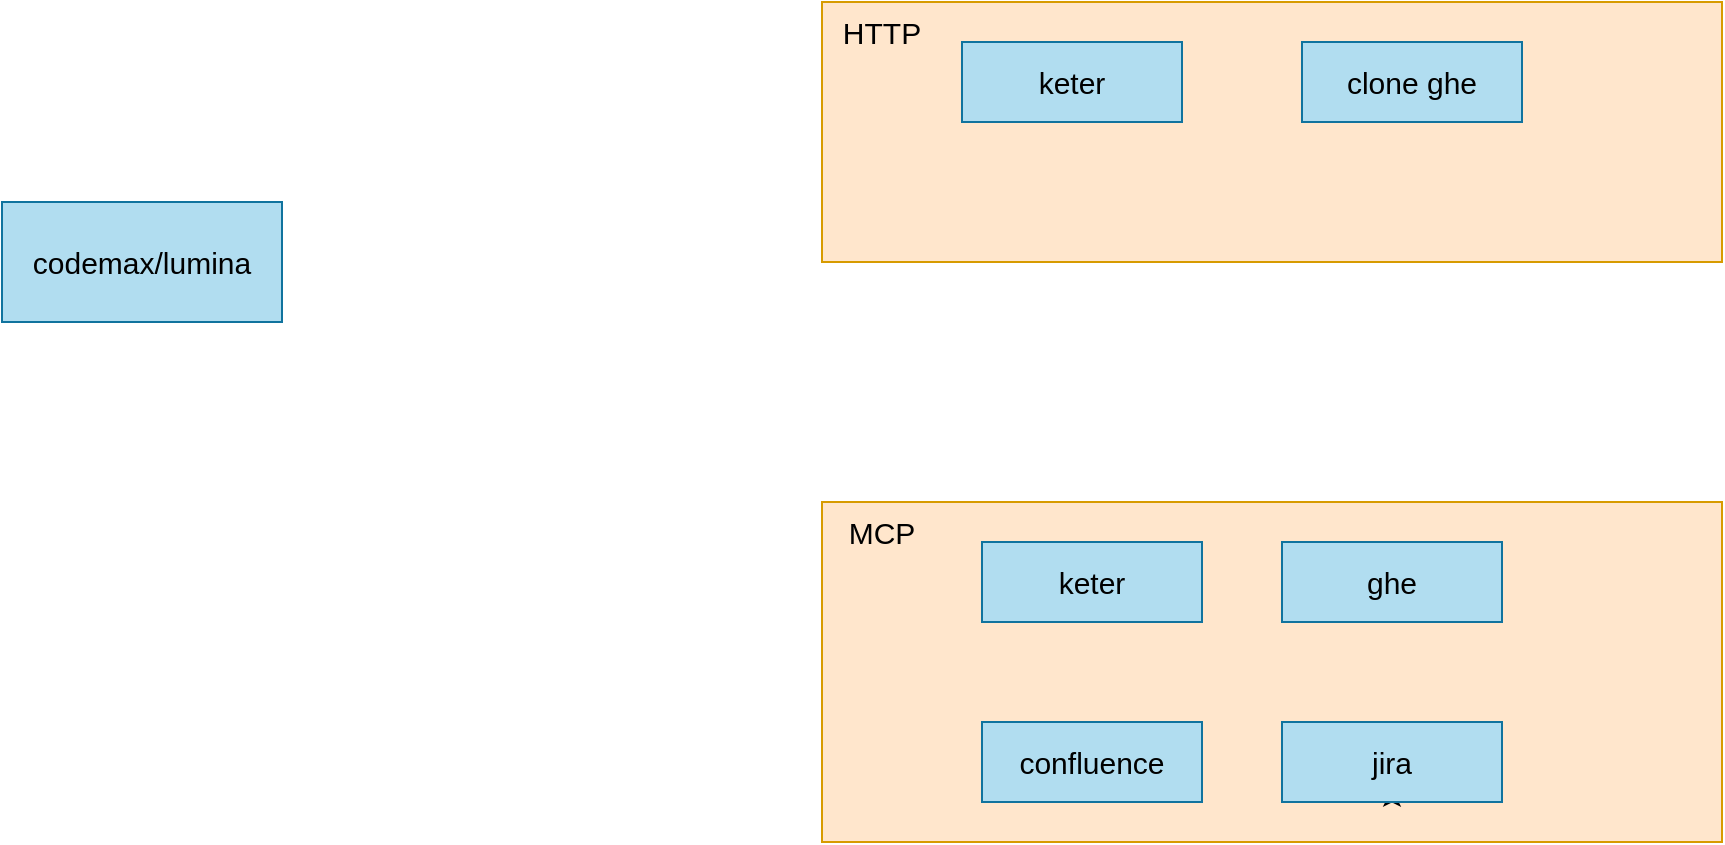
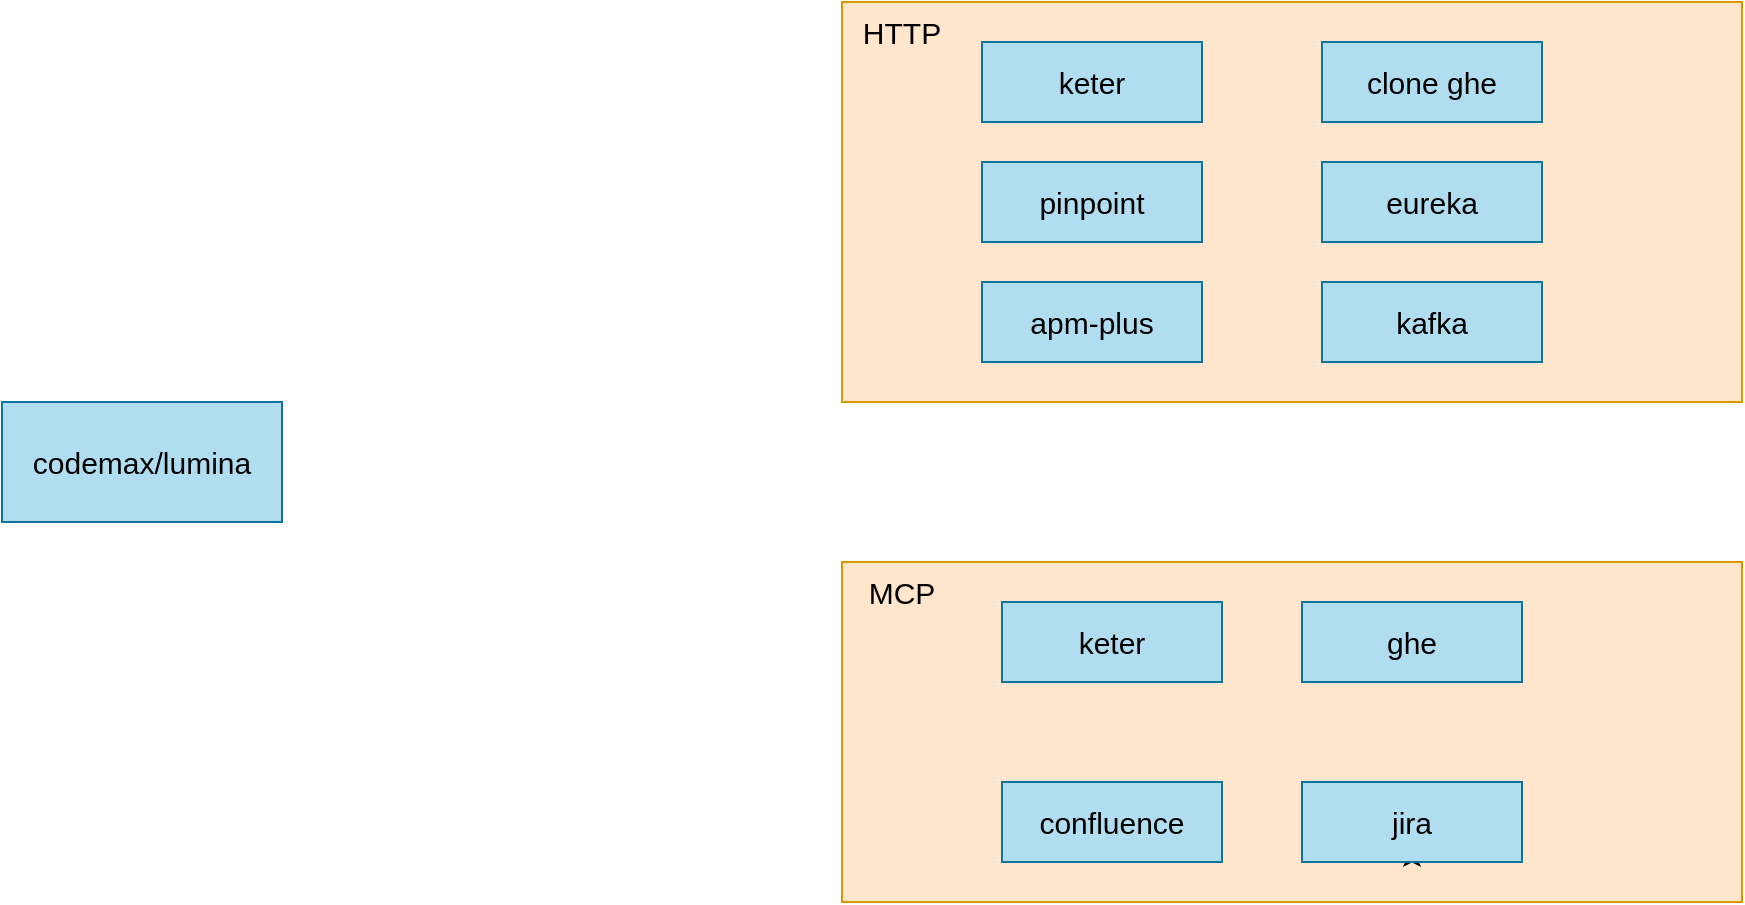
<mxfile host="app.diagrams.net">
  <diagram name="第 1 页" id="SjWv9siGEQ1Xg4HLWJG1">
    <mxGraphModel dx="1391" dy="764" grid="1" gridSize="10" guides="1" tooltips="1" connect="1" arrows="1" fold="1" page="1" pageScale="1" pageWidth="3300" pageHeight="2339" math="0" shadow="0">
      <root>
        <mxCell id="0" />
        <mxCell id="1" parent="0" />
        <mxCell id="9f-pUrffFf56pktWLO4p-2" parent="1" style="rounded=0;whiteSpace=wrap;html=1;fillColor=#b1ddf0;strokeColor=#10739e;fontSize=15;" value="codemax/lumina" vertex="1">
-           <mxGeometry height="60" width="140" x="420" y="180" as="geometry" />
+           <mxGeometry height="60" width="140" x="410" y="250" as="geometry" />
        </mxCell>
        <mxCell id="9f-pUrffFf56pktWLO4p-4" parent="1" style="rounded=0;whiteSpace=wrap;html=1;fillColor=#ffe6cc;strokeColor=#d79b00;fontSize=15;" value="" vertex="1">
-           <mxGeometry height="130" width="450" x="830" y="80" as="geometry" />
+           <mxGeometry height="200" width="450" x="830" y="50" as="geometry" />
        </mxCell>
        <mxCell id="9f-pUrffFf56pktWLO4p-6" parent="1" style="text;html=1;whiteSpace=wrap;strokeColor=none;fillColor=none;align=center;verticalAlign=middle;rounded=0;fontSize=15;" value="HTTP" vertex="1">
-           <mxGeometry height="30" width="60" x="830" y="80" as="geometry" />
+           <mxGeometry height="30" width="60" x="830" y="50" as="geometry" />
        </mxCell>
        <mxCell id="9f-pUrffFf56pktWLO4p-7" parent="1" style="rounded=0;whiteSpace=wrap;html=1;fillColor=#ffe6cc;strokeColor=#d79b00;fontSize=15;" value="" vertex="1">
          <mxGeometry height="170" width="450" x="830" y="330" as="geometry" />
        </mxCell>
        <mxCell id="9f-pUrffFf56pktWLO4p-8" edge="1" parent="1" source="9f-pUrffFf56pktWLO4p-9" style="edgeStyle=orthogonalEdgeStyle;rounded=0;orthogonalLoop=1;jettySize=auto;html=1;exitX=0.5;exitY=1;exitDx=0;exitDy=0;entryX=0.5;entryY=0.833;entryDx=0;entryDy=0;entryPerimeter=0;" target="9f-pUrffFf56pktWLO4p-9">
          <mxGeometry relative="1" as="geometry" />
        </mxCell>
        <mxCell id="9f-pUrffFf56pktWLO4p-9" parent="1" style="rounded=0;whiteSpace=wrap;html=1;fillColor=#b1ddf0;strokeColor=#10739e;fontSize=15;" value="jira" vertex="1">
          <mxGeometry height="40" width="110" x="1060" y="440" as="geometry" />
        </mxCell>
        <mxCell id="9f-pUrffFf56pktWLO4p-10" parent="1" style="text;html=1;whiteSpace=wrap;strokeColor=none;fillColor=none;align=center;verticalAlign=middle;rounded=0;fontSize=15;" value="MCP" vertex="1">
          <mxGeometry height="30" width="60" x="830" y="330" as="geometry" />
        </mxCell>
        <mxCell id="9f-pUrffFf56pktWLO4p-11" parent="1" style="rounded=0;whiteSpace=wrap;html=1;fillColor=#b1ddf0;strokeColor=#10739e;fontSize=15;" value="ghe" vertex="1">
          <mxGeometry height="40" width="110" x="1060" y="350" as="geometry" />
        </mxCell>
        <mxCell id="9f-pUrffFf56pktWLO4p-12" parent="1" style="rounded=0;whiteSpace=wrap;html=1;fillColor=#b1ddf0;strokeColor=#10739e;fontSize=15;" value="confluence" vertex="1">
          <mxGeometry height="40" width="110" x="910" y="440" as="geometry" />
        </mxCell>
        <mxCell id="9f-pUrffFf56pktWLO4p-13" parent="1" style="rounded=0;whiteSpace=wrap;html=1;fillColor=#b1ddf0;strokeColor=#10739e;fontSize=15;" value="keter" vertex="1">
-           <mxGeometry height="40" width="110" x="900" y="100" as="geometry" />
+           <mxGeometry height="40" width="110" x="900" y="70" as="geometry" />
        </mxCell>
        <mxCell id="9f-pUrffFf56pktWLO4p-14" parent="1" style="rounded=0;whiteSpace=wrap;html=1;fillColor=#b1ddf0;strokeColor=#10739e;fontSize=15;" value="clone ghe" vertex="1">
-           <mxGeometry height="40" width="110" x="1070" y="100" as="geometry" />
+           <mxGeometry height="40" width="110" x="1070" y="70" as="geometry" />
        </mxCell>
        <mxCell id="9f-pUrffFf56pktWLO4p-15" parent="1" style="rounded=0;whiteSpace=wrap;html=1;fillColor=#b1ddf0;strokeColor=#10739e;fontSize=15;" value="keter" vertex="1">
          <mxGeometry height="40" width="110" x="910" y="350" as="geometry" />
+         </mxCell>
+         <mxCell id="9f-pUrffFf56pktWLO4p-16" parent="1" style="rounded=0;whiteSpace=wrap;html=1;fillColor=#b1ddf0;strokeColor=#10739e;fontSize=15;" value="pinpoint" vertex="1">
+           <mxGeometry height="40" width="110" x="900" y="130" as="geometry" />
+         </mxCell>
+         <mxCell id="9f-pUrffFf56pktWLO4p-17" parent="1" style="rounded=0;whiteSpace=wrap;html=1;fillColor=#b1ddf0;strokeColor=#10739e;fontSize=15;" value="eureka" vertex="1">
+           <mxGeometry height="40" width="110" x="1070" y="130" as="geometry" />
+         </mxCell>
+         <mxCell id="9f-pUrffFf56pktWLO4p-18" parent="1" style="rounded=0;whiteSpace=wrap;html=1;fillColor=#b1ddf0;strokeColor=#10739e;fontSize=15;" value="apm-plus" vertex="1">
+           <mxGeometry height="40" width="110" x="900" y="190" as="geometry" />
+         </mxCell>
+         <mxCell id="9f-pUrffFf56pktWLO4p-19" parent="1" style="rounded=0;whiteSpace=wrap;html=1;fillColor=#b1ddf0;strokeColor=#10739e;fontSize=15;" value="kafka" vertex="1">
+           <mxGeometry height="40" width="110" x="1070" y="190" as="geometry" />
        </mxCell>
      </root>
    </mxGraphModel>
  </diagram>
</mxfile>
